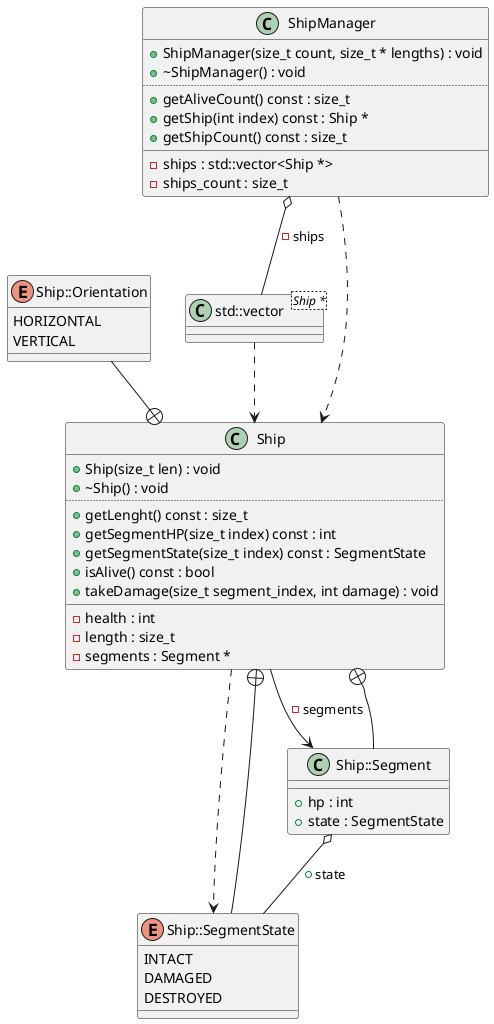
This is diagrams/ShipManager.png from Rennelv/ships, a PlantUML export, as it was before one commit. Its diagram source:
```plantuml
@startuml
class "std::vector<Ship *>" as C_0007462257846685508834
class C_0007462257846685508834 {
__
}
class "Ship" as C_0014529657433315016423
class C_0014529657433315016423 {
+Ship(size_t len) : void
+~Ship() : void
..
+getLenght() const : size_t
+getSegmentHP(size_t index) const : int
+getSegmentState(size_t index) const : SegmentState
+isAlive() const : bool
+takeDamage(size_t segment_index, int damage) : void
__
-health : int
-length : size_t
-segments : Segment *
}
enum "Ship::SegmentState" as C_0016593760204207859148
enum C_0016593760204207859148 {
INTACT
DAMAGED
DESTROYED
}
enum "Ship::Orientation" as C_0015200704647938469073
enum C_0015200704647938469073 {
HORIZONTAL
VERTICAL
}
class "Ship::Segment" as C_0000674658759292391449
class C_0000674658759292391449 {
__
+hp : int
+state : SegmentState
}
class "ShipManager" as C_0017499122254539489506
class C_0017499122254539489506 {
+ShipManager(size_t count, size_t * lengths) : void
+~ShipManager() : void
..
+getAliveCount() const : size_t
+getShip(int index) const : Ship *
+getShipCount() const : size_t
__
-ships : std::vector<Ship *>
-ships_count : size_t
}
C_0007462257846685508834 ..> C_0014529657433315016423
C_0014529657433315016423 ..> C_0016593760204207859148
C_0014529657433315016423 --> C_0000674658759292391449 : -segments
C_0016593760204207859148 --+ C_0014529657433315016423
C_0015200704647938469073 --+ C_0014529657433315016423
C_0000674658759292391449 --+ C_0014529657433315016423
C_0000674658759292391449 o-- C_0016593760204207859148 : +state
C_0017499122254539489506 ..> C_0014529657433315016423
C_0017499122254539489506 o-- C_0007462257846685508834 : -ships

@enduml
```
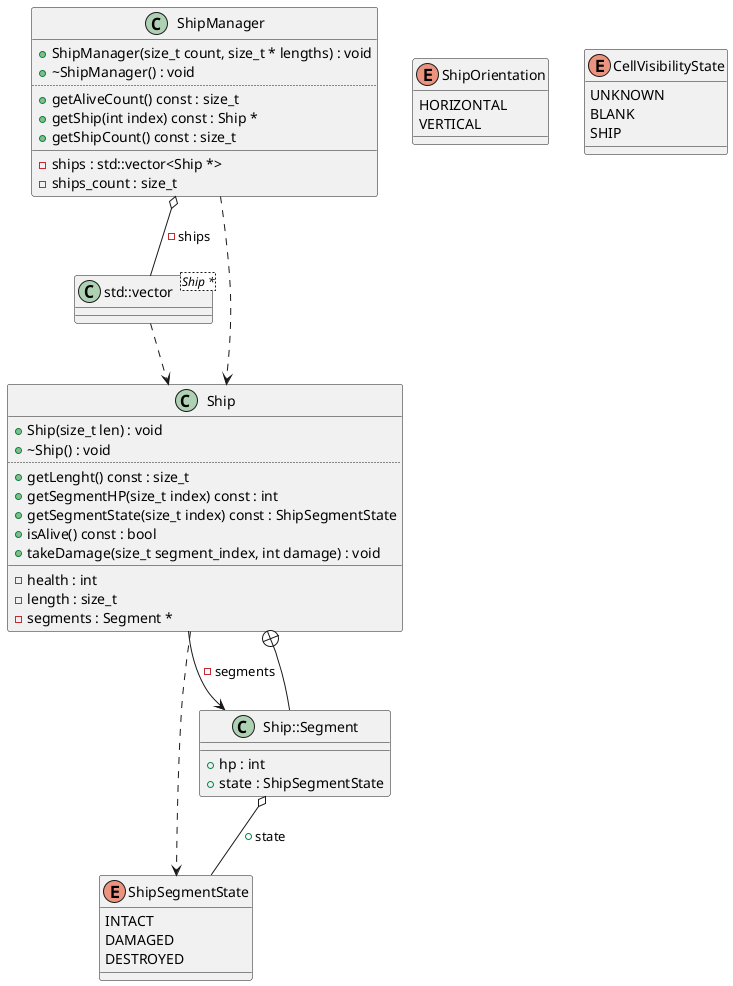
Later version of the same file.

The edit, as a diff of the source:
```diff
@@ -2,6 +2,23 @@
 class "std::vector<Ship *>" as C_0007462257846685508834
 class C_0007462257846685508834 {
 __
+}
+enum "ShipSegmentState" as C_0014256742677139282670
+enum C_0014256742677139282670 {
+INTACT
+DAMAGED
+DESTROYED
+}
+enum "ShipOrientation" as C_0002579181642537833876
+enum C_0002579181642537833876 {
+HORIZONTAL
+VERTICAL
+}
+enum "CellVisibilityState" as C_0003333043679234439357
+enum C_0003333043679234439357 {
+UNKNOWN
+BLANK
+SHIP
 }
 class "Ship" as C_0014529657433315016423
 class C_0014529657433315016423 {
@@ -10,7 +27,7 @@
 ..
 +getLenght() const : size_t
 +getSegmentHP(size_t index) const : int
-+getSegmentState(size_t index) const : SegmentState
++getSegmentState(size_t index) const : ShipSegmentState
 +isAlive() const : bool
 +takeDamage(size_t segment_index, int damage) : void
 __
@@ -18,22 +35,11 @@
 -length : size_t
 -segments : Segment *
 }
-enum "Ship::SegmentState" as C_0016593760204207859148
-enum C_0016593760204207859148 {
-INTACT
-DAMAGED
-DESTROYED
-}
-enum "Ship::Orientation" as C_0015200704647938469073
-enum C_0015200704647938469073 {
-HORIZONTAL
-VERTICAL
-}
 class "Ship::Segment" as C_0000674658759292391449
 class C_0000674658759292391449 {
 __
 +hp : int
-+state : SegmentState
++state : ShipSegmentState
 }
 class "ShipManager" as C_0017499122254539489506
 class C_0017499122254539489506 {
@@ -48,12 +54,10 @@
 -ships_count : size_t
 }
 C_0007462257846685508834 ..> C_0014529657433315016423
-C_0014529657433315016423 ..> C_0016593760204207859148
+C_0014529657433315016423 ..> C_0014256742677139282670
 C_0014529657433315016423 --> C_0000674658759292391449 : -segments
-C_0016593760204207859148 --+ C_0014529657433315016423
-C_0015200704647938469073 --+ C_0014529657433315016423
 C_0000674658759292391449 --+ C_0014529657433315016423
-C_0000674658759292391449 o-- C_0016593760204207859148 : +state
+C_0000674658759292391449 o-- C_0014256742677139282670 : +state
 C_0017499122254539489506 ..> C_0014529657433315016423
 C_0017499122254539489506 o-- C_0007462257846685508834 : -ships
 
```
